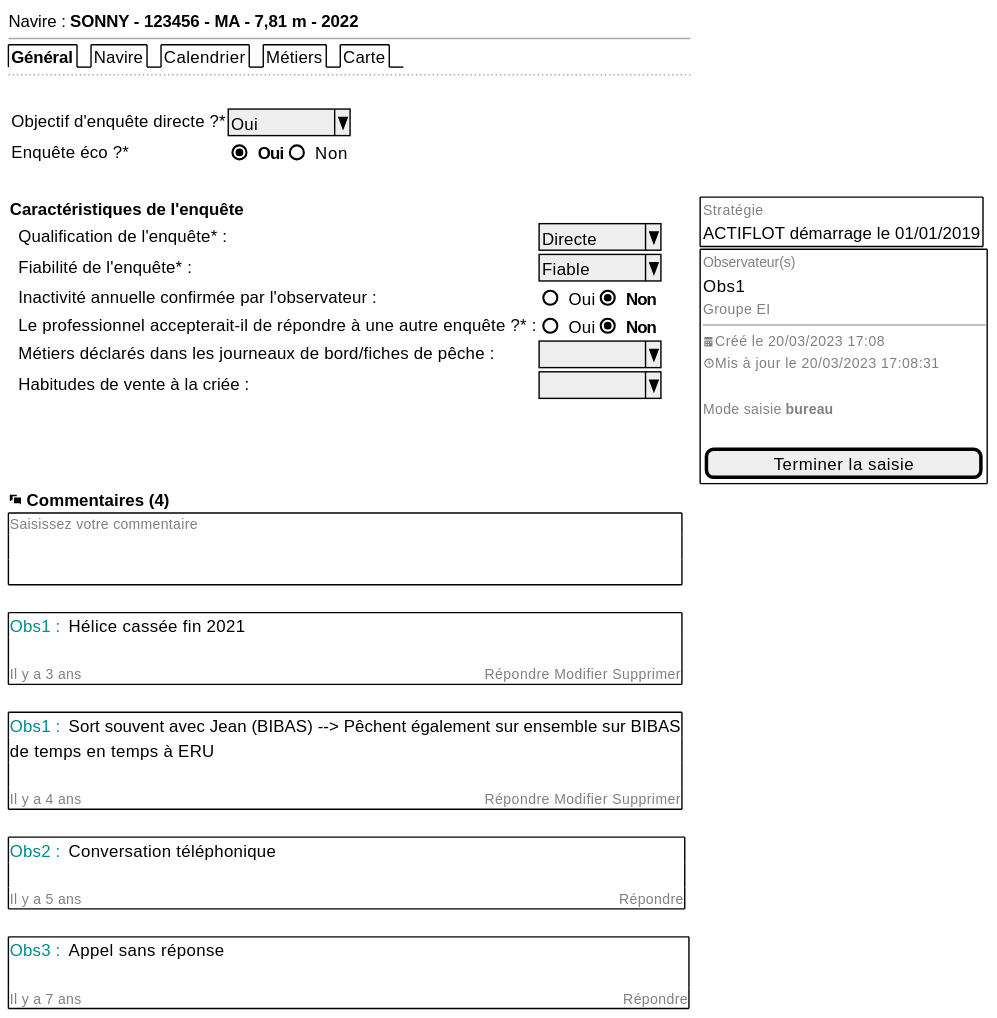
Above: projects/activity-calendar/spe/images/activity-calendar-general-comments.svg in sumaris-net/sumaris-doc (PlantUML), before the change.
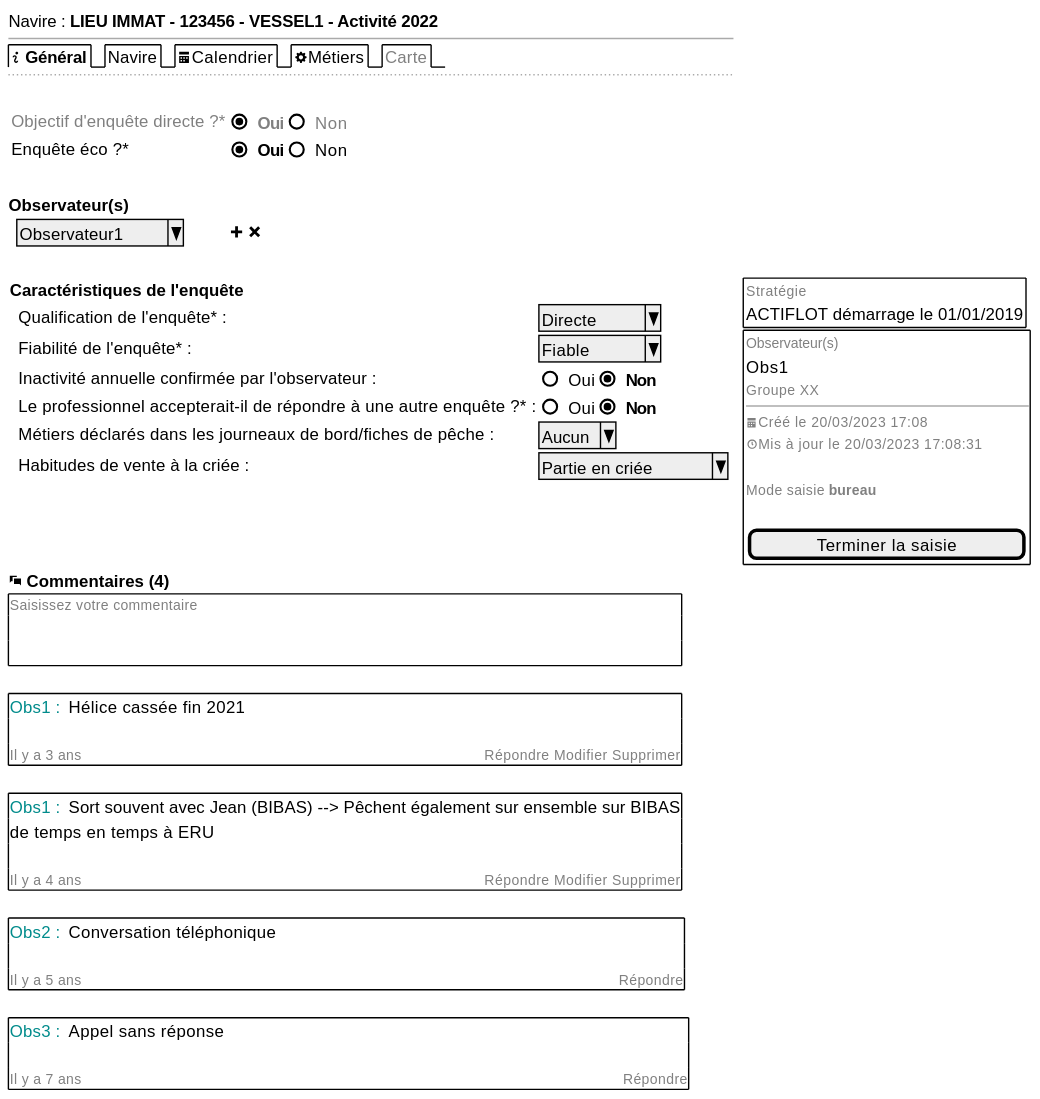
Above is the later version.

The edit, as a diff of the source:
```diff
@@ -1,14 +1,19 @@
 @startsalt
 {
-  Navire : <b>SONNY - 123456 - MA - 7,81 m - 2022
+  Navire : <b>LIEU IMMAT - 123456 - VESSEL1 - Activité 2022
   --
-  {/ <b>Général | Navire | Calendrier | Métiers | Carte}
+  {/ <b><&info>Général | Navire | <&calendar>Calendrier | <&cog>Métiers | <font color=grey>Carte}
   ..
   .
   {{
-    Objectif d'enquête directe ?* | ^Oui      ^
+    <font color=grey>Objectif d'enquête directe ?* | { (X) <font color=grey><b>Oui | () <font color=grey>Non }
     Enquête éco ?* | { (X) <b>Oui | () Non }} |
   }
+  .
+    <b>Observateur(s)
+       {
+       . | ^Observateur1 ^ | . |  . | . | . | . | . | <&plus> <&x>
+       }
   .
   {
   <b>Caractéristiques de l'enquête
@@ -17,8 +22,8 @@
      . | Fiabilité de l'enquête* : | ^Fiable   ^
      . | Inactivité annuelle confirmée par l'observateur : | { () Oui | (X) <b>Non }
      . | Le professionnel accepterait-il de répondre à une autre enquête ?* : | { () Oui | (X) <b>Non }
-     . | Métiers déclarés dans les journeaux de bord/fiches de pêche : | ^         ^
-     . | Habitudes de vente à la criée : | ^         ^
+     . | Métiers déclarés dans les journeaux de bord/fiches de pêche : | ^Aucun^
+     . | Habitudes de vente à la criée : | ^Partie en criée^
      }
   } . {{+
                            {
@@ -29,7 +34,7 @@
                            {
                            <font color=grey size=10>Observateur(s)
                            Obs1
-                           <font color=grey size=10>Groupe EI
+                           <font color=grey size=10>Groupe XX
                            --
                            <font color=grey size=10><&calendar>Créé le 20/03/2023 17:08
                            <font color=grey size=10><&clock>Mis à jour le 20/03/2023 17:08:31
```
